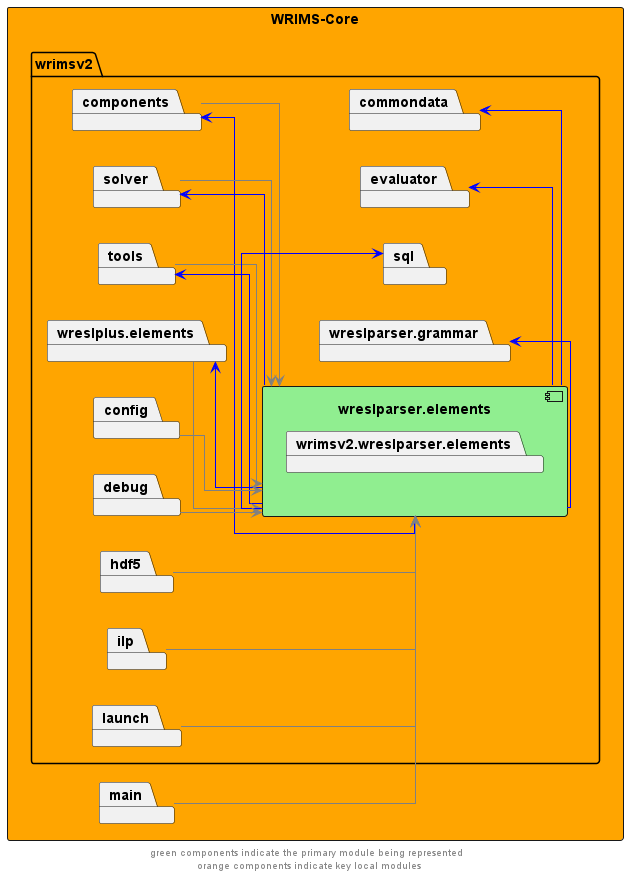
Above: docs/diagrams/wrims-core/wrims-core_wreslparser-elements.png in CentralValleyModeling/wrims (PlantUML), before the change.
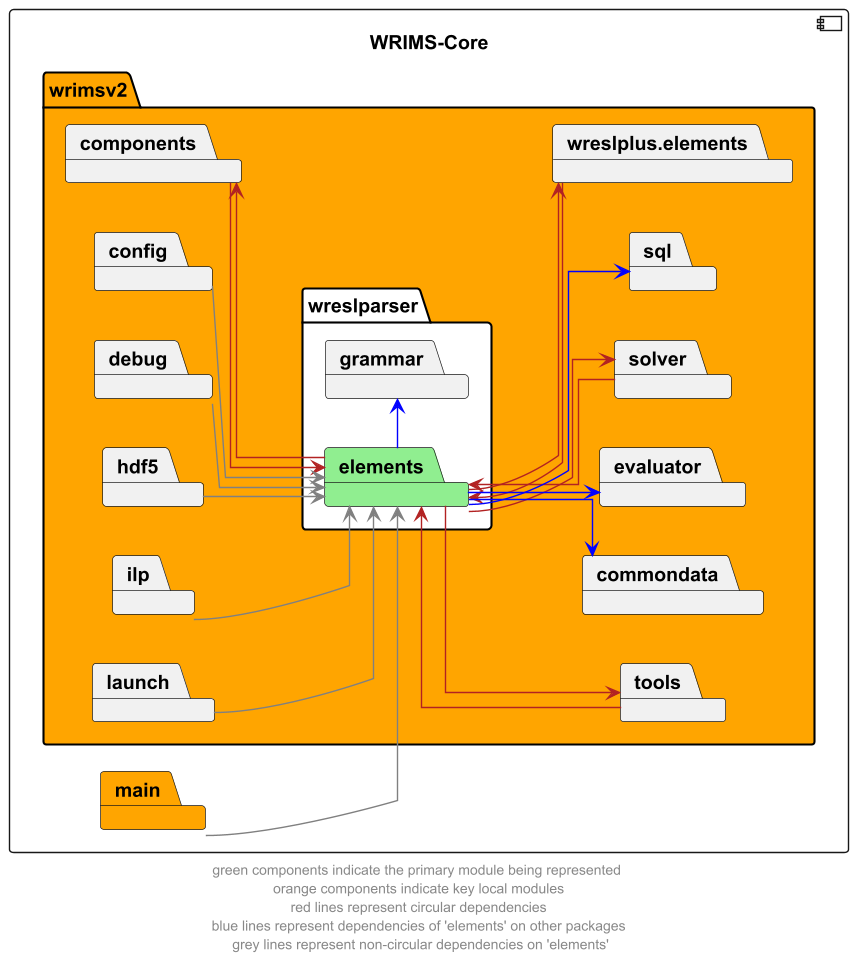
After the commit.

The edit, as a diff of the source:
```diff
@@ -2,20 +2,18 @@
 left to right direction
 skinparam linetype ortho
 
-rectangle wrims_core as "WRIMS-Core" #orange {
-        package wrimsv2{
-            package wreslparser.elements {
-                component wreslparser.elements #lightgreen {
-                    package wrimsv2.wreslparser.elements
-                }
-            }
+component wrims_core as "WRIMS-Core" {
+    package wrimsv2 #orange {
+        package wreslparser #white {
+            package elements #lightgreen
+            package grammar
+        }
         package commondata
         package components
         package evaluator
         package solver
         package tools
         package sql
-        package wreslparser.grammar
         package wreslplus.elements
 
         package config
@@ -24,30 +22,30 @@
         package ilp
         package launch
     }
-package main
+    package main #orange
 }
 
-wreslparser.elements -l->  components #blue
-components -->  wreslparser.elements #grey
-wreslparser.elements -l->  solver #blue
-solver -->  wreslparser.elements #grey
-wreslparser.elements -l->  tools #blue
-tools -->  wreslparser.elements #grey
-wreslparser.elements -l->  wreslplus.elements #blue
-wreslplus.elements -->  wreslparser.elements #grey
+elements -r->  components #firebrick
+components -->  elements #firebrick
+elements -d->  solver #firebrick
+solver -->  elements #firebrick
+elements -->  tools #firebrick
+tools -l->  elements #firebrick
+elements -->  wreslplus.elements #firebrick
+wreslplus.elements -->  elements #firebrick
 
-wreslparser.elements -r->  commondata #blue
-wreslparser.elements -r->  evaluator #blue
-wreslparser.elements -r->  sql #blue
-wreslparser.elements -r->  wreslparser.grammar #blue
+elements -->  commondata #blue
+elements -->  evaluator #blue
+elements -->  sql #blue
+elements -r->  grammar #blue
 
-config -->  wreslparser.elements #grey
-debug -->  wreslparser.elements #grey
-hdf5 -->  wreslparser.elements #grey
-ilp -->  wreslparser.elements #grey
-launch -->  wreslparser.elements #grey
-main --> wreslparser.elements #grey
+config -->  elements #grey
+debug -->  elements #grey
+hdf5 -->  elements #grey
+ilp -->  elements #grey
+launch -->  elements #grey
+main --> elements #grey
 
 
-footer "green components indicate the primary module being represented \n orange components indicate key local modules"
+footer "green components indicate the primary module being represented \n orange components indicate key local modules \n red lines represent circular dependencies \n blue lines represent dependencies of 'elements' on other packages \n grey lines represent non-circular dependencies on 'elements'"
 @enduml
```
